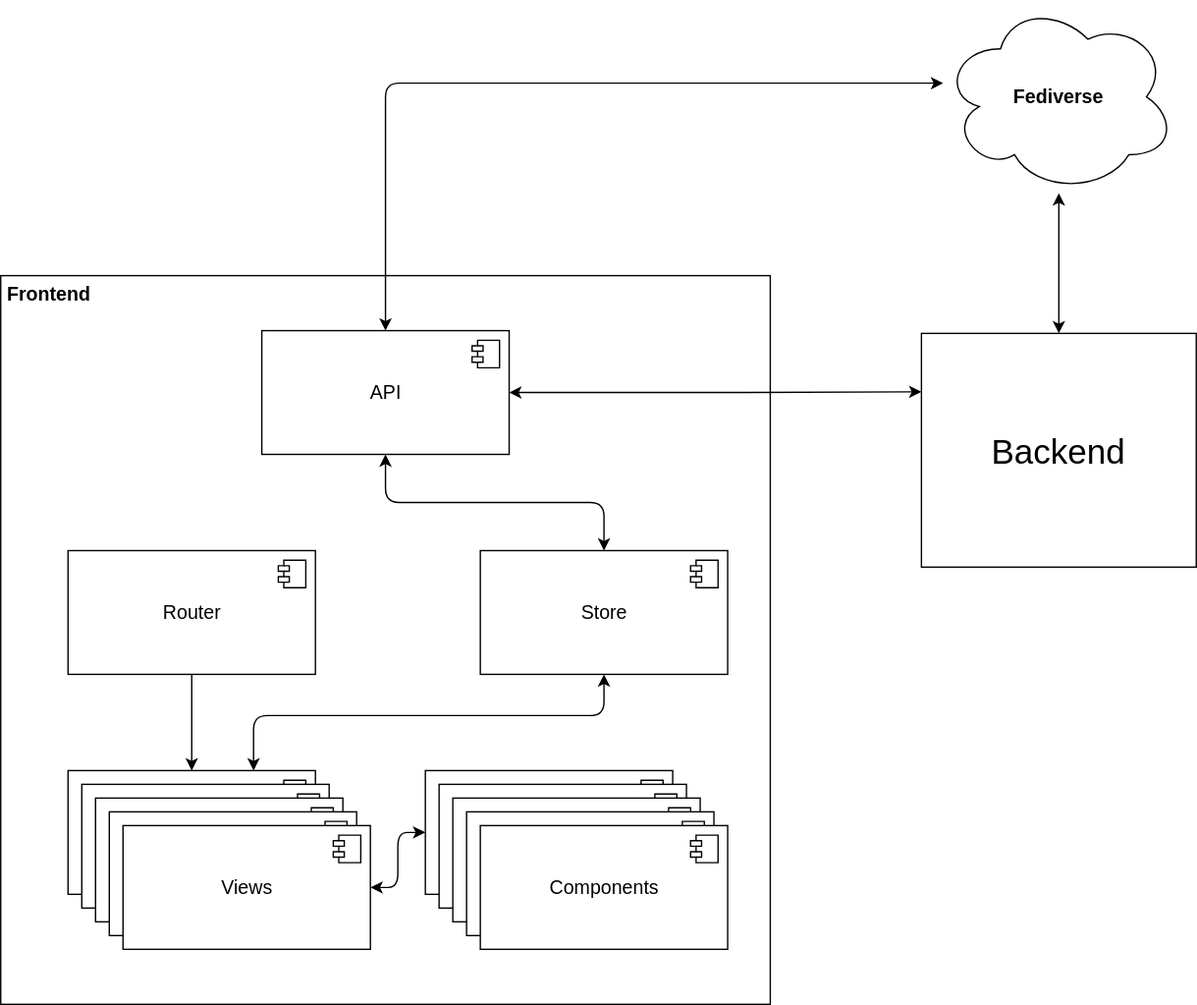
Earlier version of the draw.io export documents/diagrams/architecture-frontend-block-view-level-1.svg (mitra-social/docs). Source tidied: cells renumbered, new cells last; positions are measured from the earlier drawing's top-left corner, leaving out a move shared by most shapes. The source it was exported from:
```xml
<mxGraphModel>
  <root>
    <mxCell id="0" />
    <mxCell id="1" parent="0" />
    <mxCell id="2" style="rounded=0;whiteSpace=wrap;html=1;fillColor=none;" parent="1" vertex="1">
      <mxGeometry y="200" width="560" height="530" as="geometry" />
    </mxCell>
    <mxCell id="3" value="&lt;font style=&quot;font-size: 25px&quot;&gt;Backend&lt;/font&gt;" style="rounded=0;whiteSpace=wrap;html=1;fillColor=none;align=center;" parent="1" vertex="1">
      <mxGeometry x="670" y="242" width="200" height="170" as="geometry" />
    </mxCell>
    <mxCell id="4" value="Frontend" style="text;align=left;fontStyle=1;verticalAlign=middle;spacingLeft=3;spacingRight=3;strokeColor=none;fontSize=14;" parent="1" vertex="1">
      <mxGeometry y="200" width="80" height="26" as="geometry" />
    </mxCell>
    <mxCell id="5" style="edgeStyle=orthogonalEdgeStyle;jettySize=auto;html=1;exitX=0.25;exitY=1;exitDx=0;exitDy=0;entryX=0;entryY=0.7;entryDx=0;entryDy=0;startArrow=classic;startFill=1;endArrow=classic;endFill=1;fontSize=14;rounded=1;" parent="1" edge="1" target="x">
      <mxGeometry relative="1" as="geometry">
        <mxPoint x="945" y="420" as="sourcePoint" />
      </mxGeometry>
    </mxCell>
    <mxCell id="6" style="endArrow=classic;startArrow=classic;html=1;fontSize=14;edgeStyle=orthogonalEdgeStyle;entryX=0.25;entryY=1;entryDx=0;entryDy=0;" parent="1" edge="1" source="x">
      <mxGeometry relative="1" as="geometry">
        <mxPoint x="1205" y="420" as="targetPoint" />
      </mxGeometry>
    </mxCell>
    <mxCell id="7" value="&lt;b&gt;Fediverse&lt;/b&gt;" style="ellipse;shape=cloud;whiteSpace=wrap;html=1;fontSize=14;align=center;" parent="1" vertex="1">
      <mxGeometry x="685" width="170" height="140" as="geometry" />
    </mxCell>
    <mxCell id="8" style="endArrow=classic;startArrow=classic;html=1;fontSize=14;edgeStyle=orthogonalEdgeStyle;exitX=0.5;exitY=0;exitDx=0;exitDy=0;" parent="1" edge="1" source="3" target="7">
      <mxGeometry relative="1" as="geometry" />
    </mxCell>
    <mxCell id="9" style="endArrow=classic;startArrow=classic;html=1;fontSize=14;edgeStyle=orthogonalEdgeStyle;exitX=1;exitY=0.5;exitDx=0;exitDy=0;entryX=0;entryY=0.25;entryDx=0;entryDy=0;" parent="1" edge="1" source="12" target="3">
      <mxGeometry relative="1" as="geometry" />
    </mxCell>
    <mxCell id="10" style="endArrow=classic;startArrow=classic;html=1;fontSize=14;edgeStyle=orthogonalEdgeStyle;exitX=0.5;exitY=0;exitDx=0;exitDy=0;" parent="1" edge="1" source="12" target="7">
      <mxGeometry relative="1" as="geometry">
        <Array as="points">
          <mxPoint x="280" y="60" />
        </Array>
      </mxGeometry>
    </mxCell>
    <mxCell id="11" style="edgeStyle=orthogonalEdgeStyle;rounded=1;jettySize=auto;html=1;startArrow=classic;startFill=1;" parent="1" edge="1" source="12" target="15">
      <mxGeometry relative="1" as="geometry" />
    </mxCell>
    <mxCell id="12" value="API" style="html=1;align=center;fontSize=14;" parent="1" vertex="1">
      <mxGeometry x="190" y="240" width="180" height="90" as="geometry" />
    </mxCell>
    <mxCell id="13" style="shape=component;jettyWidth=8;jettyHeight=4;" parent="12" vertex="1">
      <mxGeometry x="1" width="20" height="20" relative="1" as="geometry">
        <mxPoint x="-27" y="7" as="offset" />
      </mxGeometry>
    </mxCell>
    <mxCell id="14" style="edgeStyle=orthogonalEdgeStyle;rounded=1;jettySize=auto;html=1;entryX=0.75;entryY=0;entryDx=0;entryDy=0;startArrow=classic;startFill=1;" parent="1" edge="1" source="15" target="21">
      <mxGeometry relative="1" as="geometry">
        <Array as="points">
          <mxPoint x="439" y="520" />
          <mxPoint x="184" y="520" />
        </Array>
      </mxGeometry>
    </mxCell>
    <mxCell id="15" value="Store" style="html=1;align=center;fontSize=14;" parent="1" vertex="1">
      <mxGeometry x="349" y="400" width="180" height="90" as="geometry" />
    </mxCell>
    <mxCell id="16" style="shape=component;jettyWidth=8;jettyHeight=4;" parent="15" vertex="1">
      <mxGeometry x="1" width="20" height="20" relative="1" as="geometry">
        <mxPoint x="-27" y="7" as="offset" />
      </mxGeometry>
    </mxCell>
    <mxCell id="17" style="edgeStyle=orthogonalEdgeStyle;rounded=0;jettySize=auto;html=1;entryX=0.5;entryY=0;entryDx=0;entryDy=0;startArrow=none;startFill=0;" parent="1" edge="1" source="18" target="21">
      <mxGeometry relative="1" as="geometry" />
    </mxCell>
    <mxCell id="18" value="Router" style="html=1;align=center;fontSize=14;" parent="1" vertex="1">
      <mxGeometry x="49" y="400" width="180" height="90" as="geometry" />
    </mxCell>
    <mxCell id="19" style="shape=component;jettyWidth=8;jettyHeight=4;" parent="18" vertex="1">
      <mxGeometry x="1" width="20" height="20" relative="1" as="geometry">
        <mxPoint x="-27" y="7" as="offset" />
      </mxGeometry>
    </mxCell>
    <mxCell id="20" style="group;" parent="1" vertex="1">
      <mxGeometry x="49" y="560" width="220" height="130" as="geometry" />
    </mxCell>
    <mxCell id="21" value="Store" style="html=1;align=center;fontSize=14;" parent="20" vertex="1">
      <mxGeometry width="180" height="90" as="geometry" />
    </mxCell>
    <mxCell id="22" style="shape=component;jettyWidth=8;jettyHeight=4;" parent="21" vertex="1">
      <mxGeometry x="1" width="20" height="20" relative="1" as="geometry">
        <mxPoint x="-27" y="7" as="offset" />
      </mxGeometry>
    </mxCell>
    <mxCell id="23" value="Store" style="html=1;align=center;fontSize=14;" parent="20" vertex="1">
      <mxGeometry x="10" y="10" width="180" height="90" as="geometry" />
    </mxCell>
    <mxCell id="24" style="shape=component;jettyWidth=8;jettyHeight=4;" parent="23" vertex="1">
      <mxGeometry x="1" width="20" height="20" relative="1" as="geometry">
        <mxPoint x="-27" y="7" as="offset" />
      </mxGeometry>
    </mxCell>
    <mxCell id="25" value="Store" style="html=1;align=center;fontSize=14;" parent="20" vertex="1">
      <mxGeometry x="20" y="20" width="180" height="90" as="geometry" />
    </mxCell>
    <mxCell id="26" style="shape=component;jettyWidth=8;jettyHeight=4;" parent="25" vertex="1">
      <mxGeometry x="1" width="20" height="20" relative="1" as="geometry">
        <mxPoint x="-27" y="7" as="offset" />
      </mxGeometry>
    </mxCell>
    <mxCell id="27" value="Store" style="html=1;align=center;fontSize=14;" parent="20" vertex="1">
      <mxGeometry x="30" y="30" width="180" height="90" as="geometry" />
    </mxCell>
    <mxCell id="28" style="shape=component;jettyWidth=8;jettyHeight=4;" parent="27" vertex="1">
      <mxGeometry x="1" width="20" height="20" relative="1" as="geometry">
        <mxPoint x="-27" y="7" as="offset" />
      </mxGeometry>
    </mxCell>
    <mxCell id="29" value="Views" style="html=1;align=center;fontSize=14;" parent="20" vertex="1">
      <mxGeometry x="40" y="40" width="180" height="90" as="geometry" />
    </mxCell>
    <mxCell id="30" style="shape=component;jettyWidth=8;jettyHeight=4;" parent="29" vertex="1">
      <mxGeometry x="1" width="20" height="20" relative="1" as="geometry">
        <mxPoint x="-27" y="7" as="offset" />
      </mxGeometry>
    </mxCell>
    <mxCell id="31" style="group;" parent="1" vertex="1">
      <mxGeometry x="309" y="560" width="220" height="130" as="geometry" />
    </mxCell>
    <mxCell id="32" value="Store" style="html=1;align=center;fontSize=14;" parent="31" vertex="1">
      <mxGeometry width="180" height="90" as="geometry" />
    </mxCell>
    <mxCell id="33" style="shape=component;jettyWidth=8;jettyHeight=4;" parent="32" vertex="1">
      <mxGeometry x="1" width="20" height="20" relative="1" as="geometry">
        <mxPoint x="-27" y="7" as="offset" />
      </mxGeometry>
    </mxCell>
    <mxCell id="34" value="Store" style="html=1;align=center;fontSize=14;" parent="31" vertex="1">
      <mxGeometry x="10" y="10" width="180" height="90" as="geometry" />
    </mxCell>
    <mxCell id="35" style="shape=component;jettyWidth=8;jettyHeight=4;" parent="34" vertex="1">
      <mxGeometry x="1" width="20" height="20" relative="1" as="geometry">
        <mxPoint x="-27" y="7" as="offset" />
      </mxGeometry>
    </mxCell>
    <mxCell id="36" value="Store" style="html=1;align=center;fontSize=14;" parent="31" vertex="1">
      <mxGeometry x="20" y="20" width="180" height="90" as="geometry" />
    </mxCell>
    <mxCell id="37" style="shape=component;jettyWidth=8;jettyHeight=4;" parent="36" vertex="1">
      <mxGeometry x="1" width="20" height="20" relative="1" as="geometry">
        <mxPoint x="-27" y="7" as="offset" />
      </mxGeometry>
    </mxCell>
    <mxCell id="38" value="Store" style="html=1;align=center;fontSize=14;" parent="31" vertex="1">
      <mxGeometry x="30" y="30" width="180" height="90" as="geometry" />
    </mxCell>
    <mxCell id="39" style="shape=component;jettyWidth=8;jettyHeight=4;" parent="38" vertex="1">
      <mxGeometry x="1" width="20" height="20" relative="1" as="geometry">
        <mxPoint x="-27" y="7" as="offset" />
      </mxGeometry>
    </mxCell>
    <mxCell id="40" value="Components" style="html=1;align=center;fontSize=14;" parent="31" vertex="1">
      <mxGeometry x="40" y="40" width="180" height="90" as="geometry" />
    </mxCell>
    <mxCell id="41" style="shape=component;jettyWidth=8;jettyHeight=4;" parent="40" vertex="1">
      <mxGeometry x="1" width="20" height="20" relative="1" as="geometry">
        <mxPoint x="-27" y="7" as="offset" />
      </mxGeometry>
    </mxCell>
    <mxCell id="42" style="edgeStyle=orthogonalEdgeStyle;rounded=1;jettySize=auto;html=1;startArrow=classic;startFill=1;" parent="1" edge="1" source="29" target="32">
      <mxGeometry relative="1" as="geometry" />
    </mxCell>
  </root>
</mxGraphModel>
```
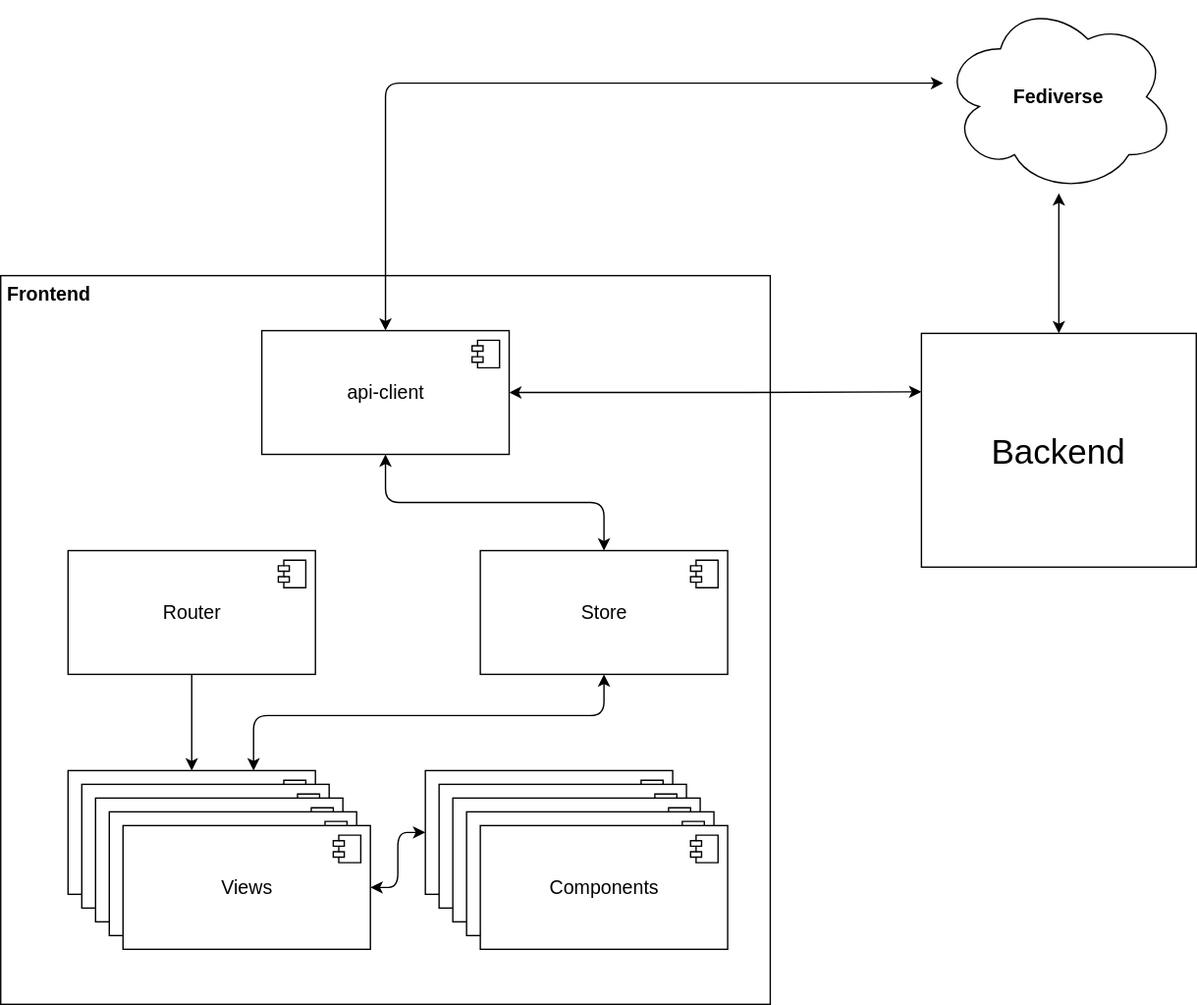
Later version of the same file.

Change to the diagram source:
```diff
@@ -11,16 +11,11 @@
     <mxCell id="4" value="Frontend" style="text;align=left;fontStyle=1;verticalAlign=middle;spacingLeft=3;spacingRight=3;strokeColor=none;fontSize=14;" parent="1" vertex="1">
       <mxGeometry y="200" width="80" height="26" as="geometry" />
     </mxCell>
-    <mxCell id="5" style="edgeStyle=orthogonalEdgeStyle;jettySize=auto;html=1;exitX=0.25;exitY=1;exitDx=0;exitDy=0;entryX=0;entryY=0.7;entryDx=0;entryDy=0;startArrow=classic;startFill=1;endArrow=classic;endFill=1;fontSize=14;rounded=1;" parent="1" edge="1" target="x">
+    <mxCell id="5" style="edgeStyle=orthogonalEdgeStyle;orthogonalLoop=1;jettySize=auto;html=1;exitX=0.25;exitY=1;exitDx=0;exitDy=0;entryX=0;entryY=0.7;entryDx=0;entryDy=0;startArrow=classic;startFill=1;endArrow=classic;endFill=1;fontSize=14;rounded=1;" parent="1" edge="1">
       <mxGeometry relative="1" as="geometry">
         <mxPoint x="945" y="420" as="sourcePoint" />
       </mxGeometry>
     </mxCell>
-    <mxCell id="6" style="endArrow=classic;startArrow=classic;html=1;fontSize=14;edgeStyle=orthogonalEdgeStyle;entryX=0.25;entryY=1;entryDx=0;entryDy=0;" parent="1" edge="1" source="x">
-      <mxGeometry relative="1" as="geometry">
-        <mxPoint x="1205" y="420" as="targetPoint" />
-      </mxGeometry>
-    </mxCell>
     <mxCell id="7" value="&lt;b&gt;Fediverse&lt;/b&gt;" style="ellipse;shape=cloud;whiteSpace=wrap;html=1;fontSize=14;align=center;" parent="1" vertex="1">
       <mxGeometry x="685" width="170" height="140" as="geometry" />
     </mxCell>
@@ -40,7 +35,7 @@
     <mxCell id="11" style="edgeStyle=orthogonalEdgeStyle;rounded=1;jettySize=auto;html=1;startArrow=classic;startFill=1;" parent="1" edge="1" source="12" target="15">
       <mxGeometry relative="1" as="geometry" />
     </mxCell>
-    <mxCell id="12" value="API" style="html=1;align=center;fontSize=14;" parent="1" vertex="1">
+    <mxCell id="12" value="api-client" style="html=1;align=center;fontSize=14;" parent="1" vertex="1">
       <mxGeometry x="190" y="240" width="180" height="90" as="geometry" />
     </mxCell>
     <mxCell id="13" style="shape=component;jettyWidth=8;jettyHeight=4;" parent="12" vertex="1">
```
